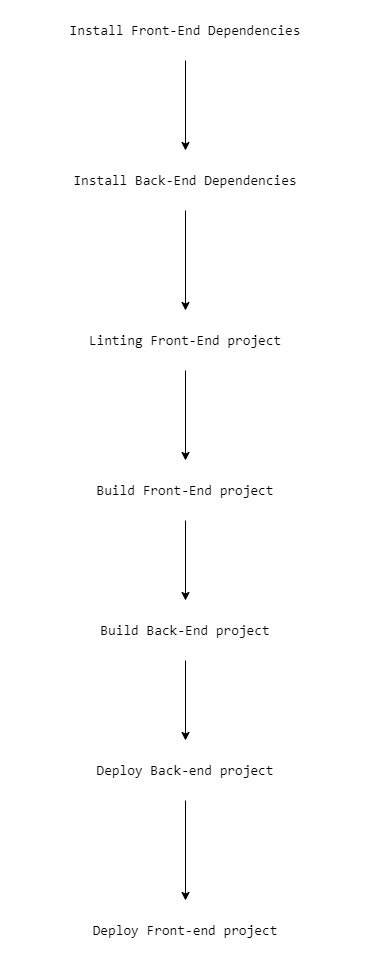
The draw.io diagram doc/pipeline.png in TongQuangThanh/udacity-fs-4, before a commit. Source tidied: cells renumbered, new cells last; positions are measured from the earlier drawing's top-left corner, leaving out a move shared by most shapes.
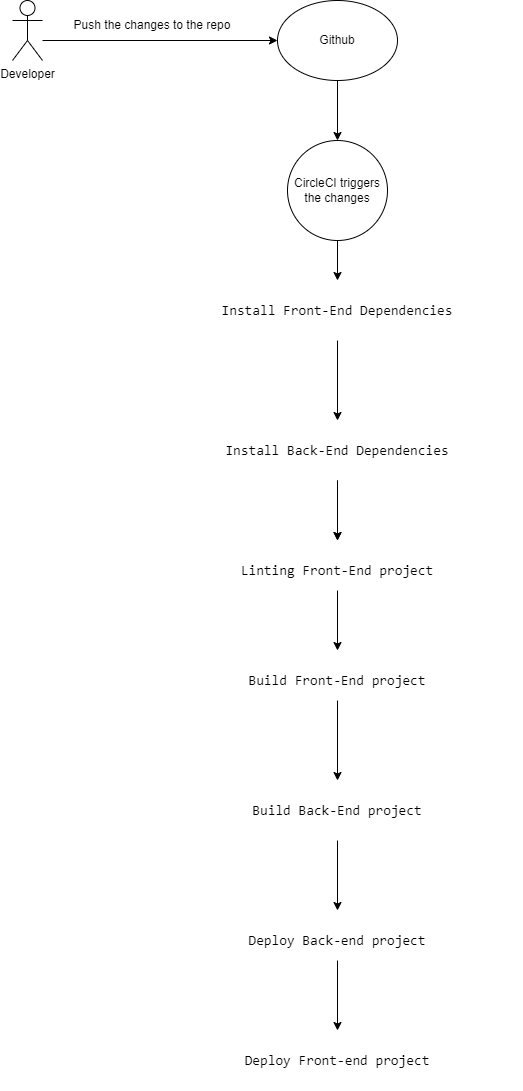
After the commit.

Change to the diagram source:
```diff
@@ -3,43 +3,79 @@
     <mxCell id="0" />
     <mxCell id="1" parent="0" />
     <mxCell id="2" value="&lt;div style=&quot;background-color: rgb(255, 255, 255); font-family: Consolas, &amp;quot;Courier New&amp;quot;, monospace; font-size: 14px; line-height: 19px;&quot;&gt;Install Front-End Dependencies&lt;/div&gt;" style="text;html=1;strokeColor=none;fillColor=none;align=center;verticalAlign=middle;whiteSpace=wrap;rounded=0;" parent="1" vertex="1">
-      <mxGeometry width="370" height="60" as="geometry" />
+      <mxGeometry y="230" width="370" height="60" as="geometry" />
     </mxCell>
+    <mxCell id="15" style="edgeStyle=orthogonalEdgeStyle;rounded=0;jettySize=auto;html=1;" parent="1" edge="1" source="3" target="6">
+      <mxGeometry relative="1" as="geometry" />
+    </mxCell>
     <mxCell id="3" value="&lt;div style=&quot;background-color: rgb(255, 255, 255); font-family: Consolas, &amp;quot;Courier New&amp;quot;, monospace; font-size: 14px; line-height: 19px;&quot;&gt;Install Back-End Dependencies&lt;/div&gt;" style="text;html=1;strokeColor=none;fillColor=none;align=center;verticalAlign=middle;whiteSpace=wrap;rounded=0;" parent="1" vertex="1">
-      <mxGeometry y="150" width="370" height="60" as="geometry" />
+      <mxGeometry y="370" width="370" height="60" as="geometry" />
     </mxCell>
     <mxCell id="4" value="&lt;div style=&quot;background-color: rgb(255, 255, 255); font-family: Consolas, &amp;quot;Courier New&amp;quot;, monospace; font-size: 14px; line-height: 19px;&quot;&gt;Build Back-End project&lt;br&gt;&lt;/div&gt;" style="text;html=1;strokeColor=none;fillColor=none;align=center;verticalAlign=middle;whiteSpace=wrap;rounded=0;" parent="1" vertex="1">
-      <mxGeometry y="600" width="370" height="60" as="geometry" />
+      <mxGeometry y="730" width="370" height="60" as="geometry" />
     </mxCell>
     <mxCell id="5" value="&lt;div style=&quot;background-color: rgb(255, 255, 255); font-family: Consolas, &amp;quot;Courier New&amp;quot;, monospace; font-size: 14px; line-height: 19px;&quot;&gt;Deploy Back-end project&lt;/div&gt;" style="text;html=1;strokeColor=none;fillColor=none;align=center;verticalAlign=middle;whiteSpace=wrap;rounded=0;" parent="1" vertex="1">
-      <mxGeometry y="740" width="370" height="60" as="geometry" />
+      <mxGeometry y="860" width="370" height="60" as="geometry" />
     </mxCell>
     <mxCell id="6" value="&lt;div style=&quot;background-color: rgb(255, 255, 255); font-family: Consolas, &amp;quot;Courier New&amp;quot;, monospace; font-size: 14px; line-height: 19px;&quot;&gt;Linting Front-End project&lt;/div&gt;" style="text;html=1;strokeColor=none;fillColor=none;align=center;verticalAlign=middle;whiteSpace=wrap;rounded=0;" parent="1" vertex="1">
-      <mxGeometry y="310" width="370" height="60" as="geometry" />
+      <mxGeometry y="490" width="370" height="60" as="geometry" />
     </mxCell>
     <mxCell id="7" value="&lt;div style=&quot;background-color: rgb(255, 255, 255); font-family: Consolas, &amp;quot;Courier New&amp;quot;, monospace; font-size: 14px; line-height: 19px;&quot;&gt;Build Front-End project&lt;/div&gt;" style="text;html=1;strokeColor=none;fillColor=none;align=center;verticalAlign=middle;whiteSpace=wrap;rounded=0;" parent="1" vertex="1">
-      <mxGeometry y="460" width="370" height="60" as="geometry" />
+      <mxGeometry y="600" width="370" height="60" as="geometry" />
     </mxCell>
     <mxCell id="8" value="&lt;div style=&quot;background-color: rgb(255, 255, 255); font-family: Consolas, &amp;quot;Courier New&amp;quot;, monospace; font-size: 14px; line-height: 19px;&quot;&gt;Deploy Front-end project&lt;/div&gt;" style="text;html=1;strokeColor=none;fillColor=none;align=center;verticalAlign=middle;whiteSpace=wrap;rounded=0;" parent="1" vertex="1">
-      <mxGeometry y="900" width="370" height="60" as="geometry" />
+      <mxGeometry y="980" width="370" height="60" as="geometry" />
     </mxCell>
-    <mxCell id="9" style="endArrow=classic;html=1;rounded=0;" parent="1" edge="1" source="2" target="3">
-      <mxGeometry relative="1" as="geometry" />
+    <mxCell id="9" style="endArrow=classic;html=1;rounded=0;" parent="1" edge="1" target="3">
+      <mxGeometry relative="1" as="geometry">
+        <mxPoint x="185" y="290" as="sourcePoint" />
+      </mxGeometry>
     </mxCell>
-    <mxCell id="10" style="endArrow=classic;html=1;rounded=0;" parent="1" edge="1" source="3" target="6">
-      <mxGeometry relative="1" as="geometry" />
+    <mxCell id="10" style="endArrow=classic;html=1;rounded=0;" parent="1" edge="1" target="6">
+      <mxGeometry relative="1" as="geometry">
+        <mxPoint x="185" y="430" as="sourcePoint" />
+      </mxGeometry>
     </mxCell>
-    <mxCell id="11" style="endArrow=classic;html=1;rounded=0;" parent="1" edge="1" source="6" target="7">
-      <mxGeometry relative="1" as="geometry" />
+    <mxCell id="11" style="endArrow=classic;html=1;rounded=0;" parent="1" edge="1" target="7">
+      <mxGeometry relative="1" as="geometry">
+        <mxPoint x="185" y="540" as="sourcePoint" />
+      </mxGeometry>
     </mxCell>
-    <mxCell id="12" style="endArrow=classic;html=1;rounded=0;exitX=0.5;exitY=1;exitDx=0;exitDy=0;" parent="1" edge="1" source="7" target="4">
-      <mxGeometry relative="1" as="geometry" />
+    <mxCell id="12" style="endArrow=classic;html=1;rounded=0;" parent="1" edge="1" target="4">
+      <mxGeometry relative="1" as="geometry">
+        <mxPoint x="185" y="650" as="sourcePoint" />
+      </mxGeometry>
     </mxCell>
-    <mxCell id="13" style="endArrow=classic;html=1;rounded=0;exitX=0.5;exitY=1;exitDx=0;exitDy=0;" parent="1" edge="1" source="4" target="5">
+    <mxCell id="13" style="endArrow=classic;html=1;rounded=0;" parent="1" edge="1" source="4" target="5">
       <mxGeometry relative="1" as="geometry" />
     </mxCell>
-    <mxCell id="14" style="endArrow=classic;html=1;rounded=0;" parent="1" edge="1" source="5" target="8">
-      <mxGeometry relative="1" as="geometry" />
+    <mxCell id="14" style="endArrow=classic;html=1;rounded=0;" parent="1" edge="1" target="8">
+      <mxGeometry relative="1" as="geometry">
+        <mxPoint x="185" y="910" as="sourcePoint" />
+      </mxGeometry>
     </mxCell>
+    <mxCell id="16" value="&lt;span style=&quot;&quot;&gt;Developer&lt;/span&gt;" style="shape=umlActor;verticalLabelPosition=bottom;verticalAlign=top;html=1;" parent="1" vertex="1">
+      <mxGeometry x="-140" y="-50" width="30" height="60" as="geometry" />
+    </mxCell>
+    <mxCell id="17" value="Github" style="ellipse;whiteSpace=wrap;html=1;" parent="1" vertex="1">
+      <mxGeometry x="125" y="-50" width="120" height="80" as="geometry" />
+    </mxCell>
+    <mxCell id="18" style="endArrow=classic;html=1;rounded=0;" parent="1" edge="1" target="17">
+      <mxGeometry relative="1" as="geometry">
+        <mxPoint x="-110" y="-10" as="sourcePoint" />
+      </mxGeometry>
+    </mxCell>
+    <mxCell id="19" value="Push the changes to the repo" style="text;html=1;strokeColor=none;fillColor=none;align=center;verticalAlign=middle;whiteSpace=wrap;rounded=0;" parent="1" vertex="1">
+      <mxGeometry x="-80" y="-40" width="160" height="30" as="geometry" />
+    </mxCell>
+    <mxCell id="20" value="CircleCI triggers the changes" style="ellipse;whiteSpace=wrap;html=1;" parent="1" vertex="1">
+      <mxGeometry x="135" y="90" width="100" height="100" as="geometry" />
+    </mxCell>
+    <mxCell id="21" style="endArrow=classic;html=1;rounded=0;exitX=0.5;exitY=1;exitDx=0;exitDy=0;" parent="1" edge="1" source="17" target="20">
+      <mxGeometry relative="1" as="geometry" />
+    </mxCell>
+    <mxCell id="22" style="endArrow=classic;html=1;rounded=0;exitX=0.5;exitY=1;exitDx=0;exitDy=0;" parent="1" edge="1" source="20" target="2">
+      <mxGeometry relative="1" as="geometry" />
+    </mxCell>
   </root>
 </mxGraphModel>
```
